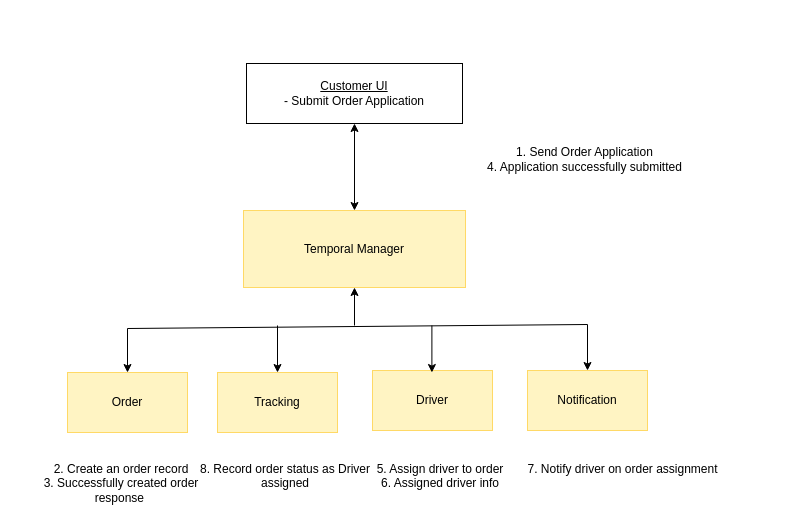
darkliyznyanlin910/esd-2425T2 keeps this draw.io diagram as diagrams/CustomerSubmitOrderRequest.drawio. Above is the earlier version. Source tidied: cells renumbered, new cells numbered last; positions are measured from the earlier drawing's top-left corner, leaving out a move shared by most shapes. Both pictures are drawn from the tidied source at 100%, with x=0, y=0 at pixel (17, 63).
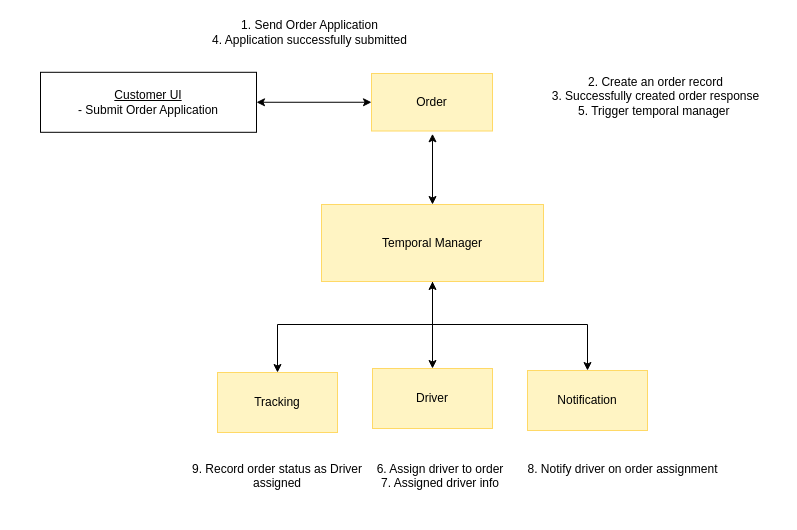
After the change.

The change refers to these unchanged cells:
```xml
<mxCell id="5" value="Tracking" style="rounded=0;whiteSpace=wrap;html=1;fillColor=light-dark(#FFF4C3,var(--ge-dark-color, #121212));strokeColor=light-dark(#FFD966,#FFFFFF);" parent="1" vertex="1">
  <mxGeometry x="200" y="309" width="120" height="60" as="geometry" />
</mxCell>
<mxCell id="7" value="Notification" style="rounded=0;whiteSpace=wrap;html=1;strokeColor=light-dark(#FFD966,#FFFFFF);fillColor=light-dark(#FFF4C3,var(--ge-dark-color, #121212));" parent="1" vertex="1">
  <mxGeometry x="510" y="307" width="120" height="60" as="geometry" />
</mxCell>
```

Change to the diagram source:
```diff
@@
     <mxCell id="2" value="&lt;u&gt;Customer UI&lt;/u&gt;&lt;div&gt;- Submit Order Application&lt;/div&gt;" style="rounded=0;whiteSpace=wrap;html=1;" parent="1" vertex="1">
-      <mxGeometry x="229" width="216" height="60" as="geometry" />
+      <mxGeometry x="23" y="8.8" width="216" height="60" as="geometry" />
     </mxCell>
+    <mxCell id="18" style="edgeStyle=orthogonalEdgeStyle;rounded=0;jettySize=auto;html=1;" parent="1" edge="1" source="3" target="6">
+      <mxGeometry relative="1" as="geometry" />
+    </mxCell>
     <mxCell id="3" value="Temporal Manager" style="rounded=0;whiteSpace=wrap;html=1;fillColor=light-dark(#FFF4C3,var(--ge-dark-color, #121212));strokeColor=light-dark(#FFD966,#FFFFFF);" parent="1" vertex="1">
-      <mxGeometry x="226" y="147" width="222" height="77" as="geometry" />
+      <mxGeometry x="304" y="141" width="222" height="77" as="geometry" />
     </mxCell>
     <mxCell id="4" value="Order" style="rounded=0;whiteSpace=wrap;html=1;fillColor=light-dark(#FFF4C3,#FFFFFF);strokeColor=light-dark(#FFD966,#FFFFFF);" parent="1" vertex="1">
-      <mxGeometry x="50" y="309" width="120" height="60" as="geometry" />
+      <mxGeometry x="354" y="10" width="121" height="57.5" as="geometry" />
     </mxCell>
@@
     <mxCell id="6" value="Driver" style="rounded=0;whiteSpace=wrap;html=1;fillColor=light-dark(#FFF4C3,var(--ge-dark-color, #121212));strokeColor=light-dark(#FFD966,#FFFFFF);" parent="1" vertex="1">
-      <mxGeometry x="355" y="307" width="120" height="60" as="geometry" />
+      <mxGeometry x="355" y="305" width="120" height="60" as="geometry" />
     </mxCell>
@@
-    <mxCell id="8" style="endArrow=classic;startArrow=classic;html=1;rounded=0;exitX=0.5;exitY=0;exitDx=0;exitDy=0;entryX=0.5;entryY=1;entryDx=0;entryDy=0;" parent="1" edge="1" source="3" target="2">
-      <mxGeometry relative="1" as="geometry" />
-    </mxCell>
     <mxCell id="9" value="1. Send Order Application&lt;div&gt;4. Application successfully submitted&lt;/div&gt;" style="text;html=1;align=center;verticalAlign=middle;whiteSpace=wrap;rounded=0;" parent="1" vertex="1">
-      <mxGeometry x="448" y="81" width="239" height="30" as="geometry" />
+      <mxGeometry x="173" y="-46" width="239" height="30" as="geometry" />
     </mxCell>
-    <mxCell id="10" style="endArrow=classic;startArrow=classic;html=1;rounded=0;entryX=0.5;entryY=0;entryDx=0;entryDy=0;" parent="1" edge="1" source="4" target="7">
+    <mxCell id="10" style="endArrow=classic;startArrow=classic;html=1;rounded=0;entryX=0.5;entryY=0;entryDx=0;entryDy=0;exitX=0.5;exitY=0;exitDx=0;exitDy=0;" parent="1" edge="1" source="5" target="7">
       <mxGeometry relative="1" as="geometry">
         <Array as="points">
-          <mxPoint x="110" y="265" />
+          <mxPoint x="260" y="261" />
           <mxPoint x="570" y="261" />
         </Array>
       </mxGeometry>
     </mxCell>
-    <mxCell id="11" value="2. Create an order record&lt;div&gt;3. Successfully created order response&amp;nbsp;&lt;/div&gt;" style="text;html=1;align=center;verticalAlign=middle;whiteSpace=wrap;rounded=0;" parent="1" vertex="1">
-      <mxGeometry y="391" width="208" height="58" as="geometry" />
+    <mxCell id="11" value="2. Create an order record&lt;div&gt;3. Successfully created order response&lt;/div&gt;&lt;div&gt;5. Trigger temporal manager&amp;nbsp;&lt;/div&gt;&lt;div&gt;&lt;br&gt;&lt;/div&gt;" style="text;html=1;align=center;verticalAlign=middle;whiteSpace=wrap;rounded=0;" parent="1" vertex="1">
+      <mxGeometry x="515" y="10.8" width="247" height="58" as="geometry" />
     </mxCell>
-    <mxCell id="12" value="5. Assign driver to order&lt;div&gt;6. Assigned driver info&lt;br&gt;&lt;div&gt;&lt;br&gt;&lt;/div&gt;&lt;/div&gt;" style="text;html=1;align=center;verticalAlign=middle;whiteSpace=wrap;rounded=0;" parent="1" vertex="1">
+    <mxCell id="12" value="6. Assign driver to order&lt;div&gt;7. Assigned driver info&lt;br&gt;&lt;div&gt;&lt;br&gt;&lt;/div&gt;&lt;/div&gt;" style="text;html=1;align=center;verticalAlign=middle;whiteSpace=wrap;rounded=0;" parent="1" vertex="1">
       <mxGeometry x="336" y="405" width="174" height="30" as="geometry" />
     </mxCell>
     <mxCell id="13" style="endArrow=classic;html=1;rounded=0;entryX=0.5;entryY=1;entryDx=0;entryDy=0;" parent="1" edge="1" target="3">
       <mxGeometry relative="1" as="geometry">
-        <mxPoint x="337" y="262" as="sourcePoint" />
+        <mxPoint x="415" y="262" as="sourcePoint" />
       </mxGeometry>
     </mxCell>
-    <mxCell id="14" style="endArrow=classic;html=1;rounded=0;" parent="1" edge="1" target="5">
-      <mxGeometry relative="1" as="geometry">
-        <mxPoint x="260" y="262" as="sourcePoint" />
-      </mxGeometry>
-    </mxCell>
-    <mxCell id="15" style="endArrow=classic;html=1;rounded=0;" parent="1" edge="1">
-      <mxGeometry relative="1" as="geometry">
-        <mxPoint x="414.4" y="262" as="sourcePoint" />
-        <mxPoint x="414.4" y="309" as="targetPoint" />
-      </mxGeometry>
-    </mxCell>
-    <mxCell id="16" value="7. Notify driver on order assignment&lt;div&gt;&lt;div&gt;&lt;br&gt;&lt;/div&gt;&lt;/div&gt;" style="text;html=1;align=center;verticalAlign=middle;whiteSpace=wrap;rounded=0;" parent="1" vertex="1">
+    <mxCell id="16" value="8. Notify driver on order assignment&lt;div&gt;&lt;div&gt;&lt;br&gt;&lt;/div&gt;&lt;/div&gt;" style="text;html=1;align=center;verticalAlign=middle;whiteSpace=wrap;rounded=0;" parent="1" vertex="1">
       <mxGeometry x="507" y="398" width="197" height="30" as="geometry" />
     </mxCell>
-    <mxCell id="17" value="8. Record order status as Driver assigned&lt;div&gt;&lt;div&gt;&lt;br&gt;&lt;/div&gt;&lt;/div&gt;" style="text;html=1;align=center;verticalAlign=middle;whiteSpace=wrap;rounded=0;" parent="1" vertex="1">
-      <mxGeometry x="181" y="405" width="174" height="30" as="geometry" />
+    <mxCell id="17" value="9. Record order status as Driver assigned&lt;div&gt;&lt;div&gt;&lt;br&gt;&lt;/div&gt;&lt;/div&gt;" style="text;html=1;align=center;verticalAlign=middle;whiteSpace=wrap;rounded=0;" parent="1" vertex="1">
+      <mxGeometry x="173" y="405" width="174" height="30" as="geometry" />
     </mxCell>
+    <mxCell id="19" style="endArrow=classic;startArrow=classic;html=1;rounded=0;" parent="1" edge="1" source="2" target="4">
+      <mxGeometry relative="1" as="geometry" />
+    </mxCell>
+    <mxCell id="20" style="endArrow=classic;startArrow=classic;html=1;rounded=0;" parent="1" edge="1" source="3">
+      <mxGeometry relative="1" as="geometry">
+        <mxPoint x="415" y="70.3" as="targetPoint" />
+      </mxGeometry>
+    </mxCell>
```
